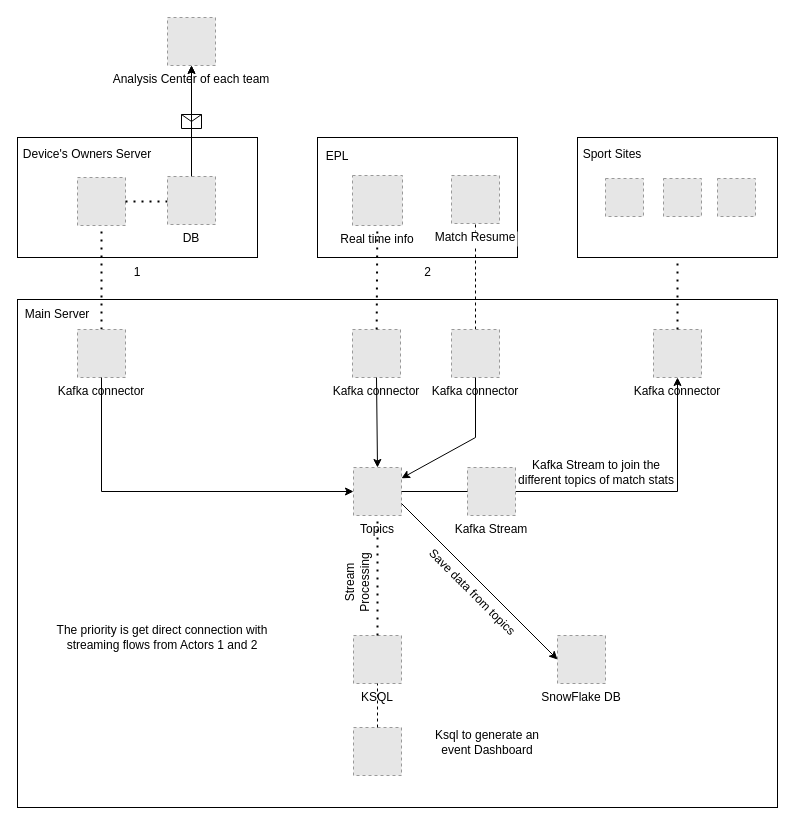
Before: architecture case/arch-solution.drawio in xkr3amox/de-challenge-v2, a draw.io diagram. Source tidied: cells renumbered, new cells numbered last; positions are measured from the earlier drawing's top-left corner, leaving out a move shared by most shapes. Both pictures are drawn from the tidied source at 100%, with x=0, y=0 at pixel (17, 17). Pictures stored in the file or linked from it are replaced by grey dashed boxes.
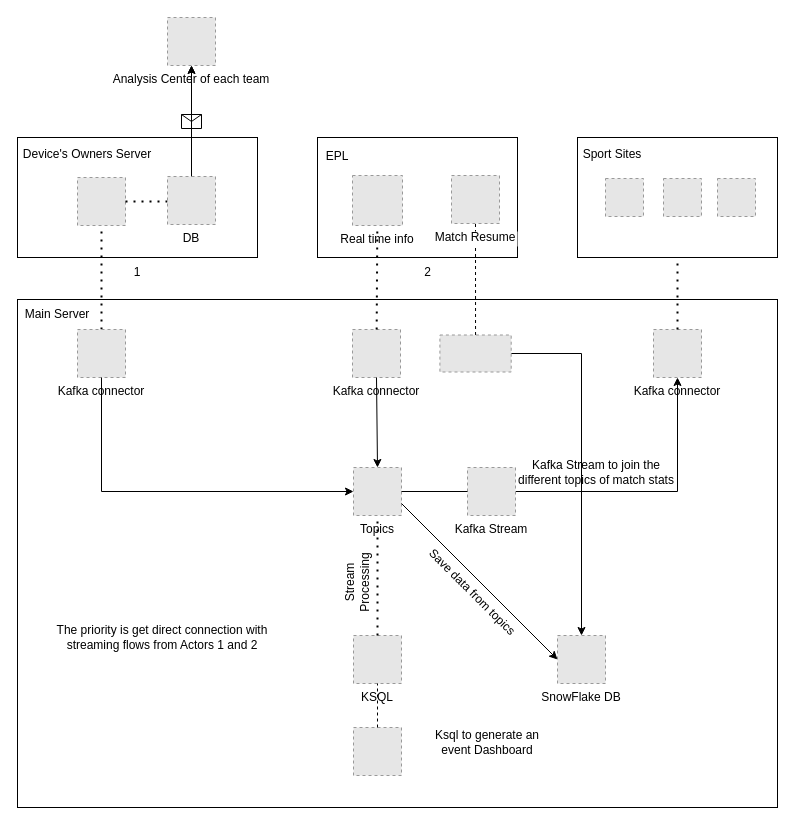
The same page after the edit.

Commit message (it also covers changes not shown here):
delete files and add arch solution image

Unchanged cells that the change refers to:
```xml
<mxCell id="28" value="Topics" style="fillColor=#E6E6E6;strokeColor=#999999;dashed=1;verticalLabelPosition=bottom;labelBackgroundColor=default;verticalAlign=top;" parent="1" vertex="1">
  <mxGeometry x="336" y="450" width="48" height="48" as="geometry" />
</mxCell>
<mxCell id="33" value="SnowFlake DB" style="fillColor=#E6E6E6;strokeColor=#999999;dashed=1;verticalLabelPosition=bottom;labelBackgroundColor=default;verticalAlign=top;" parent="1" vertex="1">
  <mxGeometry x="540" y="618" width="48" height="48" as="geometry" />
</mxCell>
```

Change to the diagram source:
```diff
@@
-    <mxCell id="24" style="endArrow=none;dashed=1;html=1;rounded=0;entryX=0.5;entryY=1;entryDx=0;entryDy=0;exitX=0.5;exitY=0;exitDx=0;exitDy=0;" parent="1" edge="1" source="27">
+    <mxCell id="24" style="endArrow=none;dashed=1;html=1;rounded=0;entryX=0.5;entryY=1;entryDx=0;entryDy=0;exitX=0.5;exitY=0;exitDx=0;exitDy=0;" parent="1" edge="1" source="50">
       <mxGeometry relative="1" as="geometry">
         <mxPoint x="458" y="193" as="targetPoint" />
       </mxGeometry>
     </mxCell>
@@
-    <mxCell id="27" value="Kafka connector" style="fillColor=#E6E6E6;strokeColor=#999999;dashed=1;verticalLabelPosition=bottom;labelBackgroundColor=default;verticalAlign=top;" parent="1" vertex="1">
-      <mxGeometry x="434" y="312" width="48" height="48" as="geometry" />
-    </mxCell>
@@
-    <mxCell id="31" style="endArrow=classic;html=1;rounded=0;exitX=0.5;exitY=1;exitDx=0;exitDy=0;" parent="1" edge="1" source="27" target="28">
+    <mxCell id="31" style="endArrow=classic;html=1;rounded=0;exitX=1;exitY=0.5;exitDx=0;exitDy=0;entryX=0.5;entryY=0;entryDx=0;entryDy=0;" parent="1" edge="1" source="50" target="33">
       <mxGeometry relative="1" as="geometry">
         <Array as="points">
-          <mxPoint x="458" y="420" />
+          <mxPoint x="564" y="336" />
         </Array>
       </mxGeometry>
     </mxCell>
@@
+    <mxCell id="50" style="fillColor=#E6E6E6;strokeColor=#999999;dashed=1;" parent="1" vertex="1">
+      <mxGeometry x="422.4" y="317.5" width="71.3" height="37" as="geometry" />
+    </mxCell>
```
